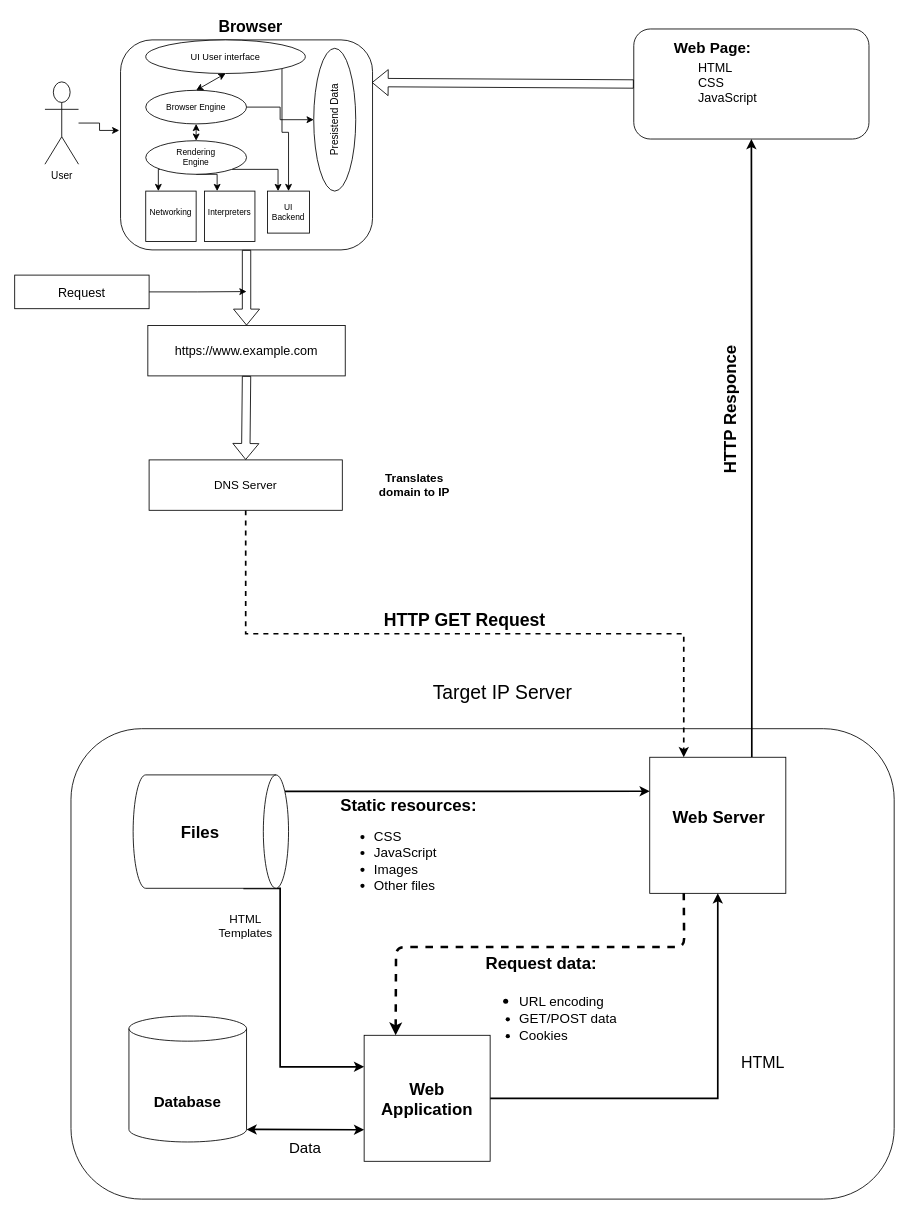
Earlier version of the draw.io diagram Untitled Diagram.drawio (VladWest/Day_Z_testing_by_Rudkovskiy). Source tidied: cells renumbered, new cells numbered last; positions are measured from the earlier drawing's top-left corner, leaving out a move shared by most shapes. Both pictures are drawn from the tidied source at 84%, with x=0, y=0 at pixel (14, 14).
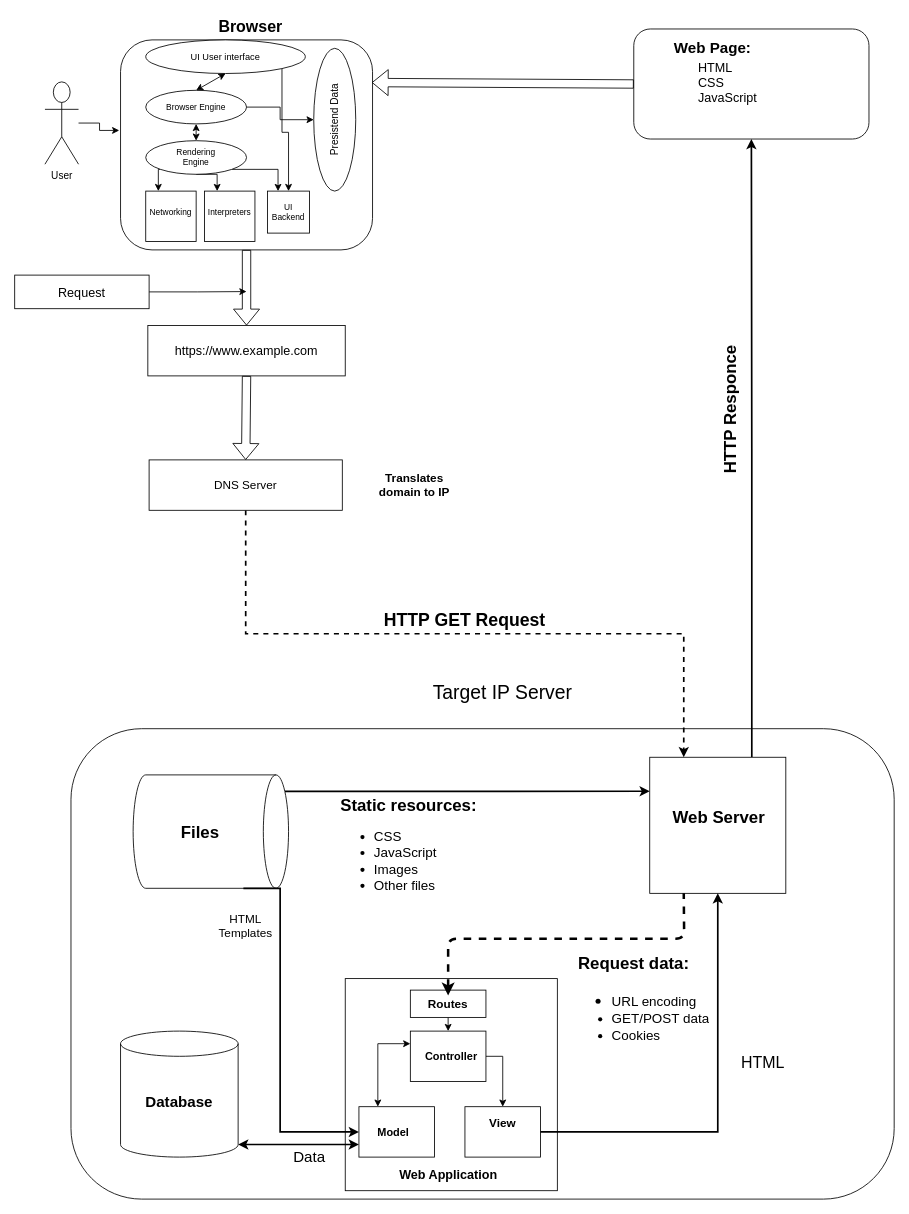
Above is the later version.

Commit message:
Web server new.drawio

Unchanged cells that the change refers to:
```xml
<mxCell id="45" style="shape=cylinder3;whiteSpace=wrap;html=1;boundedLbl=1;backgroundOutline=1;size=15;rotation=90;" parent="1" vertex="1">
  <mxGeometry x="166" y="880" width="135" height="185" as="geometry" />
</mxCell>
<mxCell id="48" style="whiteSpace=wrap;html=1;" parent="1" vertex="1">
  <mxGeometry x="756" y="884" width="162" height="162" as="geometry" />
</mxCell>
```

The edit, as a diff of the source:
```diff
@@
-    <mxCell id="44" style="edgeStyle=orthogonalEdgeStyle;rounded=0;jettySize=auto;html=1;exitX=1;exitY=0;exitDx=0;exitDy=53.75;exitPerimeter=0;entryX=0;entryY=0.25;entryDx=0;entryDy=0;strokeWidth=2;" parent="1" edge="1" source="45" target="52">
-      <mxGeometry relative="1" as="geometry">
-        <Array as="points">
-          <mxPoint x="316" y="1040" />
-          <mxPoint x="316" y="1253" />
-        </Array>
-      </mxGeometry>
-    </mxCell>
@@
     <mxCell id="50" style="shape=cylinder3;whiteSpace=wrap;html=1;boundedLbl=1;backgroundOutline=1;size=15;" parent="1" vertex="1">
-      <mxGeometry x="136" y="1192" width="140" height="150" as="geometry" />
+      <mxGeometry x="126" y="1210" width="140" height="150" as="geometry" />
     </mxCell>
-    <mxCell id="51" style="edgeStyle=orthogonalEdgeStyle;rounded=0;jettySize=auto;html=1;exitX=1;exitY=0.5;exitDx=0;exitDy=0;entryX=0.5;entryY=1;entryDx=0;entryDy=0;strokeWidth=2;" parent="1" edge="1" source="52" target="48">
-      <mxGeometry relative="1" as="geometry" />
-    </mxCell>
     <mxCell id="52" style="whiteSpace=wrap;html=1;" parent="1" vertex="1">
-      <mxGeometry x="416" y="1215" width="150" height="150" as="geometry" />
+      <mxGeometry x="393.5" y="1147.5" width="252.5" height="252.5" as="geometry" />
     </mxCell>
     <mxCell id="53" value="&lt;font style=&quot;font-size: 18px&quot;&gt;&lt;b&gt;Database&lt;/b&gt;&lt;/font&gt;" style="text;html=1;strokeColor=none;fillColor=none;align=center;verticalAlign=middle;whiteSpace=wrap;rounded=0;" parent="1" vertex="1">
-      <mxGeometry x="146" y="1270" width="120" height="50" as="geometry" />
+      <mxGeometry x="136" y="1270" width="120" height="50" as="geometry" />
     </mxCell>
-    <mxCell id="54" value="&lt;font style=&quot;font-size: 20px&quot;&gt;&lt;b&gt;Web Application&lt;/b&gt;&lt;/font&gt;" style="text;html=1;strokeColor=none;fillColor=none;align=center;verticalAlign=middle;whiteSpace=wrap;rounded=0;" parent="1" vertex="1">
-      <mxGeometry x="436" y="1265" width="110" height="50" as="geometry" />
-    </mxCell>
@@
-    <mxCell id="57" style="endArrow=classic;startArrow=classic;html=1;exitX=1;exitY=1;exitDx=0;exitDy=-15;exitPerimeter=0;entryX=0;entryY=0.75;entryDx=0;entryDy=0;strokeWidth=2;" parent="1" edge="1" source="50" target="52">
+    <mxCell id="57" style="endArrow=classic;startArrow=classic;html=1;exitX=1;exitY=1;exitDx=0;exitDy=-15;strokeWidth=2;entryX=0;entryY=0.75;entryDx=0;entryDy=0;exitPerimeter=0;" parent="1" edge="1" source="50" target="66">
       <mxGeometry relative="1" as="geometry" />
     </mxCell>
     <mxCell id="58" value="&lt;font size=&quot;1&quot;&gt;&lt;span style=&quot;font-size: 18px&quot;&gt;Data&lt;/span&gt;&lt;/font&gt;" style="text;html=1;strokeColor=none;fillColor=none;align=center;verticalAlign=middle;whiteSpace=wrap;rounded=0;" parent="1" vertex="1">
-      <mxGeometry x="291" y="1330" width="110" height="40" as="geometry" />
+      <mxGeometry x="296" y="1340" width="110" height="40" as="geometry" />
     </mxCell>
@@
-    <mxCell id="60" style="endArrow=none;dashed=1;html=1;entryX=0.25;entryY=1;entryDx=0;entryDy=0;exitX=0.25;exitY=0;exitDx=0;exitDy=0;startArrow=classic;startFill=1;strokeWidth=3;jumpSize=7;" parent="1" edge="1" source="52" target="48">
-      <mxGeometry relative="1" as="geometry">
-        <Array as="points">
-          <mxPoint x="454" y="1110" />
-          <mxPoint x="797" y="1110" />
-        </Array>
-      </mxGeometry>
-    </mxCell>
     <mxCell id="61" value="&lt;p style=&quot;line-height: 60%&quot;&gt;&lt;/p&gt;&lt;h1 style=&quot;font-size: 20px&quot;&gt;&lt;font style=&quot;font-size: 20px&quot;&gt;Request data:&lt;/font&gt;&lt;/h1&gt;&lt;h1 style=&quot;font-size: 20px&quot;&gt;&lt;ul&gt;&lt;li&gt;&lt;span style=&quot;font-weight: 400&quot;&gt;&lt;font style=&quot;font-size: 16px ; line-height: 70%&quot;&gt;URL encoding&lt;/font&gt;&lt;/span&gt;&lt;/li&gt;&lt;li style=&quot;font-size: 16px&quot;&gt;&lt;span style=&quot;font-weight: 400&quot;&gt;&lt;font style=&quot;font-size: 16px&quot;&gt;GET/POST data&lt;/font&gt;&lt;/span&gt;&lt;/li&gt;&lt;li style=&quot;font-size: 16px&quot;&gt;&lt;span style=&quot;font-weight: 400&quot;&gt;&lt;font style=&quot;font-size: 16px&quot;&gt;Cookies&lt;/font&gt;&lt;/span&gt;&lt;/li&gt;&lt;/ul&gt;&lt;/h1&gt;&lt;p&gt;&lt;/p&gt;" style="text;html=1;strokeColor=none;fillColor=none;spacing=5;spacingTop=-20;whiteSpace=wrap;overflow=hidden;rounded=0;" parent="1" vertex="1">
-      <mxGeometry x="556" y="1115" width="220" height="125" as="geometry" />
+      <mxGeometry x="666" y="1115" width="220" height="125" as="geometry" />
     </mxCell>
@@
+    <mxCell id="65" style="edgeStyle=orthogonalEdgeStyle;rounded=0;jettySize=auto;elbow=vertical;html=1;exitX=0.25;exitY=0;exitDx=0;exitDy=0;entryX=0;entryY=0.25;entryDx=0;entryDy=0;startArrow=classic;startFill=1;endArrow=classic;endFill=1;" parent="1" edge="1" source="66" target="71">
+      <mxGeometry relative="1" as="geometry" />
+    </mxCell>
+    <mxCell id="66" style="rounded=0;whiteSpace=wrap;html=1;" parent="1" vertex="1">
+      <mxGeometry x="409.8" y="1300" width="90" height="60" as="geometry" />
+    </mxCell>
+    <mxCell id="44" style="edgeStyle=orthogonalEdgeStyle;rounded=0;jettySize=auto;html=1;exitX=1;exitY=0;exitDx=0;exitDy=53.75;exitPerimeter=0;entryX=0;entryY=0.5;entryDx=0;entryDy=0;strokeWidth=2;" parent="1" edge="1" source="45" target="66">
+      <mxGeometry relative="1" as="geometry">
+        <Array as="points">
+          <mxPoint x="316" y="1040" />
+          <mxPoint x="316" y="1330" />
+        </Array>
+      </mxGeometry>
+    </mxCell>
+    <mxCell id="67" value="&lt;b&gt;&lt;font style=&quot;font-size: 13px&quot;&gt;Model&lt;/font&gt;&lt;/b&gt;" style="text;html=1;strokeColor=none;fillColor=none;align=center;verticalAlign=middle;whiteSpace=wrap;rounded=0;" parent="1" vertex="1">
+      <mxGeometry x="431" y="1320" width="40" height="20" as="geometry" />
+    </mxCell>
+    <mxCell id="68" style="rounded=0;whiteSpace=wrap;html=1;" parent="1" vertex="1">
+      <mxGeometry x="536" y="1300" width="90" height="60" as="geometry" />
+    </mxCell>
+    <mxCell id="69" style="edgeStyle=elbowEdgeStyle;rounded=0;jettySize=auto;elbow=vertical;html=1;startArrow=classic;startFill=1;endArrow=classic;endFill=1;" parent="1" edge="1" source="71">
+      <mxGeometry relative="1" as="geometry">
+        <mxPoint x="476" y="1250" as="targetPoint" />
+      </mxGeometry>
+    </mxCell>
+    <mxCell id="70" style="edgeStyle=orthogonalEdgeStyle;rounded=0;jettySize=auto;html=1;exitX=1;exitY=0.5;exitDx=0;exitDy=0;entryX=0.5;entryY=0;entryDx=0;entryDy=0;startArrow=none;startFill=0;endArrow=classic;endFill=1;" parent="1" edge="1" source="71" target="68">
+      <mxGeometry relative="1" as="geometry" />
+    </mxCell>
+    <mxCell id="71" style="rounded=0;whiteSpace=wrap;html=1;" parent="1" vertex="1">
+      <mxGeometry x="471" y="1210" width="90" height="60" as="geometry" />
+    </mxCell>
+    <mxCell id="72" style="edgeStyle=orthogonalEdgeStyle;rounded=0;jettySize=auto;html=1;exitX=0.5;exitY=1;exitDx=0;exitDy=0;entryX=0.5;entryY=0;entryDx=0;entryDy=0;" parent="1" edge="1" source="73" target="71">
+      <mxGeometry relative="1" as="geometry" />
+    </mxCell>
+    <mxCell id="73" style="rounded=0;whiteSpace=wrap;html=1;" parent="1" vertex="1">
+      <mxGeometry x="471" y="1161.2" width="90" height="32.5" as="geometry" />
+    </mxCell>
+    <mxCell id="74" value="&lt;b&gt;&lt;font style=&quot;font-size: 13px&quot;&gt;Controller&lt;/font&gt;&lt;/b&gt;" style="text;html=1;strokeColor=none;fillColor=none;align=center;verticalAlign=middle;whiteSpace=wrap;rounded=0;" parent="1" vertex="1">
+      <mxGeometry x="499.8" y="1230" width="40" height="20" as="geometry" />
+    </mxCell>
+    <mxCell id="75" value="&lt;b&gt;&lt;font style=&quot;font-size: 14px&quot;&gt;View&lt;/font&gt;&lt;/b&gt;" style="text;html=1;strokeColor=none;fillColor=none;align=center;verticalAlign=middle;whiteSpace=wrap;rounded=0;" parent="1" vertex="1">
+      <mxGeometry x="561" y="1310" width="40" height="20" as="geometry" />
+    </mxCell>
+    <mxCell id="76" value="&lt;font style=&quot;font-size: 14px&quot;&gt;&lt;b&gt;Routes&lt;/b&gt;&lt;/font&gt;" style="text;html=1;strokeColor=none;fillColor=none;align=center;verticalAlign=middle;whiteSpace=wrap;rounded=0;" parent="1" vertex="1">
+      <mxGeometry x="496" y="1167.5" width="40" height="20" as="geometry" />
+    </mxCell>
+    <mxCell id="60" style="endArrow=none;dashed=1;html=1;entryX=0.25;entryY=1;entryDx=0;entryDy=0;exitX=0.5;exitY=0;exitDx=0;exitDy=0;startArrow=classic;startFill=1;strokeWidth=3;jumpSize=7;" parent="1" edge="1" source="76" target="48">
+      <mxGeometry relative="1" as="geometry">
+        <Array as="points">
+          <mxPoint x="516" y="1100" />
+          <mxPoint x="797" y="1100" />
+        </Array>
+      </mxGeometry>
+    </mxCell>
+    <mxCell id="51" style="edgeStyle=orthogonalEdgeStyle;rounded=0;jettySize=auto;html=1;exitX=1;exitY=0.5;exitDx=0;exitDy=0;entryX=0.5;entryY=1;entryDx=0;entryDy=0;strokeWidth=2;" parent="1" edge="1" source="68" target="48">
+      <mxGeometry relative="1" as="geometry" />
+    </mxCell>
+    <mxCell id="54" value="&lt;font style=&quot;font-size: 15px&quot;&gt;&lt;b&gt;Web Application&lt;/b&gt;&lt;/font&gt;" style="text;html=1;strokeColor=none;fillColor=none;align=center;verticalAlign=middle;whiteSpace=wrap;rounded=0;" parent="1" vertex="1">
+      <mxGeometry x="448.5" y="1370" width="135" height="20" as="geometry" />
+    </mxCell>
```
